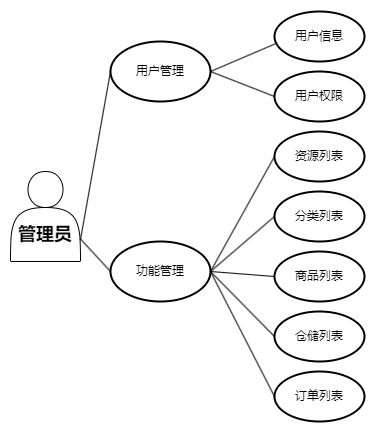
This is 1.drawio.png from xiyuliu509/microservice-shop, a draw.io export, as it was before one commit. Source tidied: cells renumbered, new cells last; positions are measured from the earlier drawing's top-left corner, leaving out a move shared by most shapes. Source of this version:
```xml
<mxGraphModel>
  <root>
    <mxCell id="0" />
    <mxCell id="1" parent="0" />
    <mxCell id="2" value="&lt;h2&gt;管理员&lt;/h2&gt;" style="shape=actor;whiteSpace=wrap;html=1;verticalAlign=bottom;fontStyle=1;fontFamily=Comic Sans MS;rounded=0;" parent="1" vertex="1">
      <mxGeometry y="160" width="70" height="90" as="geometry" />
    </mxCell>
    <mxCell id="3" style="endArrow=none;html=1;entryX=0;entryY=0.5;entryDx=0;entryDy=0;entryPerimeter=0;rounded=0;" parent="1" edge="1" target="4">
      <mxGeometry relative="1" as="geometry">
        <mxPoint x="70" y="228" as="sourcePoint" />
      </mxGeometry>
    </mxCell>
    <mxCell id="4" value="用户管理" style="strokeWidth=2;html=1;shape=mxgraph.flowchart.start_1;whiteSpace=wrap;rounded=0;" parent="1" vertex="1">
      <mxGeometry x="100" y="30" width="100" height="60" as="geometry" />
    </mxCell>
    <mxCell id="5" value="用户信息" style="strokeWidth=2;html=1;shape=mxgraph.flowchart.start_1;whiteSpace=wrap;rounded=0;" parent="1" vertex="1">
      <mxGeometry x="264" width="90" height="50" as="geometry" />
    </mxCell>
    <mxCell id="6" value="用户权限" style="strokeWidth=2;html=1;shape=mxgraph.flowchart.start_1;whiteSpace=wrap;rounded=0;" parent="1" vertex="1">
      <mxGeometry x="264" y="60" width="90" height="50" as="geometry" />
    </mxCell>
    <mxCell id="7" style="endArrow=none;html=1;entryX=0.006;entryY=0.649;entryDx=0;entryDy=0;entryPerimeter=0;exitX=1;exitY=0.5;exitDx=0;exitDy=0;exitPerimeter=0;rounded=0;" parent="1" edge="1" source="4" target="5">
      <mxGeometry relative="1" as="geometry" />
    </mxCell>
    <mxCell id="8" style="endArrow=none;html=1;entryX=0;entryY=0.5;entryDx=0;entryDy=0;entryPerimeter=0;exitX=1;exitY=0.5;exitDx=0;exitDy=0;exitPerimeter=0;rounded=0;" parent="1" edge="1" source="4" target="6">
      <mxGeometry relative="1" as="geometry" />
    </mxCell>
    <mxCell id="9" value="功能管理" style="strokeWidth=2;html=1;shape=mxgraph.flowchart.start_1;whiteSpace=wrap;rounded=0;" parent="1" vertex="1">
      <mxGeometry x="100" y="230" width="100" height="60" as="geometry" />
    </mxCell>
    <mxCell id="10" value="订单列表" style="strokeWidth=2;html=1;shape=mxgraph.flowchart.start_1;whiteSpace=wrap;rounded=0;" parent="1" vertex="1">
      <mxGeometry x="264" y="360" width="90" height="50" as="geometry" />
    </mxCell>
    <mxCell id="11" value="资源列表" style="strokeWidth=2;html=1;shape=mxgraph.flowchart.start_1;whiteSpace=wrap;rounded=0;" parent="1" vertex="1">
      <mxGeometry x="264" y="120" width="90" height="50" as="geometry" />
    </mxCell>
    <mxCell id="12" value="分类列表" style="strokeWidth=2;html=1;shape=mxgraph.flowchart.start_1;whiteSpace=wrap;rounded=0;" parent="1" vertex="1">
      <mxGeometry x="264" y="180" width="90" height="50" as="geometry" />
    </mxCell>
    <mxCell id="13" value="商品列表" style="strokeWidth=2;html=1;shape=mxgraph.flowchart.start_1;whiteSpace=wrap;rounded=0;" parent="1" vertex="1">
      <mxGeometry x="264" y="240" width="90" height="50" as="geometry" />
    </mxCell>
    <mxCell id="14" value="仓储列表" style="strokeWidth=2;html=1;shape=mxgraph.flowchart.start_1;whiteSpace=wrap;rounded=0;" parent="1" vertex="1">
      <mxGeometry x="264" y="300" width="90" height="50" as="geometry" />
    </mxCell>
    <mxCell id="15" style="endArrow=none;html=1;exitX=1;exitY=0.75;exitDx=0;exitDy=0;entryX=0;entryY=0.5;entryDx=0;entryDy=0;entryPerimeter=0;rounded=0;" parent="1" edge="1" source="2" target="9">
      <mxGeometry relative="1" as="geometry" />
    </mxCell>
    <mxCell id="16" style="endArrow=none;html=1;entryX=0;entryY=0.5;entryDx=0;entryDy=0;entryPerimeter=0;exitX=1;exitY=0.5;exitDx=0;exitDy=0;exitPerimeter=0;rounded=0;" parent="1" edge="1" source="9" target="14">
      <mxGeometry relative="1" as="geometry" />
    </mxCell>
    <mxCell id="17" style="endArrow=none;html=1;entryX=0;entryY=0.5;entryDx=0;entryDy=0;entryPerimeter=0;exitX=1;exitY=0.5;exitDx=0;exitDy=0;exitPerimeter=0;rounded=0;" parent="1" edge="1" source="9" target="13">
      <mxGeometry relative="1" as="geometry" />
    </mxCell>
    <mxCell id="18" style="endArrow=none;html=1;entryX=0;entryY=0.5;entryDx=0;entryDy=0;entryPerimeter=0;exitX=1;exitY=0.5;exitDx=0;exitDy=0;exitPerimeter=0;rounded=0;" parent="1" edge="1" source="9" target="12">
      <mxGeometry relative="1" as="geometry" />
    </mxCell>
    <mxCell id="19" style="endArrow=none;html=1;entryX=0;entryY=0.5;entryDx=0;entryDy=0;entryPerimeter=0;exitX=1;exitY=0.5;exitDx=0;exitDy=0;exitPerimeter=0;rounded=0;" parent="1" edge="1" source="9" target="11">
      <mxGeometry relative="1" as="geometry" />
    </mxCell>
    <mxCell id="20" style="endArrow=none;html=1;entryX=0;entryY=0.5;entryDx=0;entryDy=0;entryPerimeter=0;exitX=1;exitY=0.5;exitDx=0;exitDy=0;exitPerimeter=0;rounded=0;" parent="1" edge="1" source="9" target="10">
      <mxGeometry relative="1" as="geometry" />
    </mxCell>
  </root>
</mxGraphModel>
```
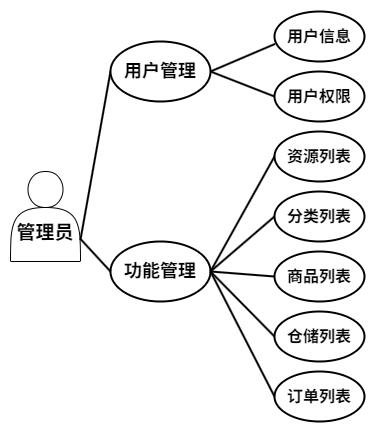
After the commit.

The edit, as a diff of the source:
```diff
@@ -2,63 +2,63 @@
   <root>
     <mxCell id="0" />
     <mxCell id="1" parent="0" />
-    <mxCell id="2" value="&lt;h2&gt;管理员&lt;/h2&gt;" style="shape=actor;whiteSpace=wrap;html=1;verticalAlign=bottom;fontStyle=1;fontFamily=Comic Sans MS;rounded=0;" parent="1" vertex="1">
+    <mxCell id="2" value="&lt;h2&gt;&lt;font style=&quot;font-size: 19px;&quot;&gt;管理员&lt;/font&gt;&lt;/h2&gt;" style="shape=actor;whiteSpace=wrap;html=1;verticalAlign=bottom;fontStyle=1;fontFamily=Comic Sans MS;rounded=0;" parent="1" vertex="1">
       <mxGeometry y="160" width="70" height="90" as="geometry" />
     </mxCell>
-    <mxCell id="3" style="endArrow=none;html=1;entryX=0;entryY=0.5;entryDx=0;entryDy=0;entryPerimeter=0;rounded=0;" parent="1" edge="1" target="4">
+    <mxCell id="3" style="endArrow=none;html=1;entryX=0;entryY=0.5;entryDx=0;entryDy=0;entryPerimeter=0;rounded=0;strokeWidth=2;" parent="1" edge="1" target="4">
       <mxGeometry relative="1" as="geometry">
         <mxPoint x="70" y="228" as="sourcePoint" />
       </mxGeometry>
     </mxCell>
-    <mxCell id="4" value="用户管理" style="strokeWidth=2;html=1;shape=mxgraph.flowchart.start_1;whiteSpace=wrap;rounded=0;" parent="1" vertex="1">
+    <mxCell id="4" value="&lt;font style=&quot;font-size: 18px;&quot;&gt;&lt;b&gt;用户管理&lt;/b&gt;&lt;/font&gt;" style="strokeWidth=2;html=1;shape=mxgraph.flowchart.start_1;whiteSpace=wrap;rounded=0;" parent="1" vertex="1">
       <mxGeometry x="100" y="30" width="100" height="60" as="geometry" />
     </mxCell>
-    <mxCell id="5" value="用户信息" style="strokeWidth=2;html=1;shape=mxgraph.flowchart.start_1;whiteSpace=wrap;rounded=0;" parent="1" vertex="1">
+    <mxCell id="5" value="&lt;font style=&quot;font-size: 16px;&quot;&gt;&lt;b&gt;用户信息&lt;/b&gt;&lt;/font&gt;" style="strokeWidth=2;html=1;shape=mxgraph.flowchart.start_1;whiteSpace=wrap;rounded=0;" parent="1" vertex="1">
       <mxGeometry x="264" width="90" height="50" as="geometry" />
     </mxCell>
-    <mxCell id="6" value="用户权限" style="strokeWidth=2;html=1;shape=mxgraph.flowchart.start_1;whiteSpace=wrap;rounded=0;" parent="1" vertex="1">
+    <mxCell id="6" value="&lt;font style=&quot;font-size: 16px;&quot;&gt;&lt;b&gt;用户权限&lt;/b&gt;&lt;/font&gt;" style="strokeWidth=2;html=1;shape=mxgraph.flowchart.start_1;whiteSpace=wrap;rounded=0;" parent="1" vertex="1">
       <mxGeometry x="264" y="60" width="90" height="50" as="geometry" />
     </mxCell>
-    <mxCell id="7" style="endArrow=none;html=1;entryX=0.006;entryY=0.649;entryDx=0;entryDy=0;entryPerimeter=0;exitX=1;exitY=0.5;exitDx=0;exitDy=0;exitPerimeter=0;rounded=0;" parent="1" edge="1" source="4" target="5">
+    <mxCell id="7" style="endArrow=none;html=1;entryX=0.006;entryY=0.649;entryDx=0;entryDy=0;entryPerimeter=0;exitX=1;exitY=0.5;exitDx=0;exitDy=0;exitPerimeter=0;rounded=0;strokeWidth=2;" parent="1" edge="1" source="4" target="5">
       <mxGeometry relative="1" as="geometry" />
     </mxCell>
-    <mxCell id="8" style="endArrow=none;html=1;entryX=0;entryY=0.5;entryDx=0;entryDy=0;entryPerimeter=0;exitX=1;exitY=0.5;exitDx=0;exitDy=0;exitPerimeter=0;rounded=0;" parent="1" edge="1" source="4" target="6">
+    <mxCell id="8" style="endArrow=none;html=1;entryX=0;entryY=0.5;entryDx=0;entryDy=0;entryPerimeter=0;exitX=1;exitY=0.5;exitDx=0;exitDy=0;exitPerimeter=0;rounded=0;strokeWidth=2;" parent="1" edge="1" source="4" target="6">
       <mxGeometry relative="1" as="geometry" />
     </mxCell>
-    <mxCell id="9" value="功能管理" style="strokeWidth=2;html=1;shape=mxgraph.flowchart.start_1;whiteSpace=wrap;rounded=0;" parent="1" vertex="1">
+    <mxCell id="9" value="&lt;font style=&quot;font-size: 18px;&quot;&gt;&lt;b&gt;功能管理&lt;/b&gt;&lt;/font&gt;" style="strokeWidth=2;html=1;shape=mxgraph.flowchart.start_1;whiteSpace=wrap;rounded=0;" parent="1" vertex="1">
       <mxGeometry x="100" y="230" width="100" height="60" as="geometry" />
     </mxCell>
-    <mxCell id="10" value="订单列表" style="strokeWidth=2;html=1;shape=mxgraph.flowchart.start_1;whiteSpace=wrap;rounded=0;" parent="1" vertex="1">
+    <mxCell id="10" value="&lt;font style=&quot;font-size: 16px;&quot;&gt;&lt;b&gt;订单列表&lt;/b&gt;&lt;/font&gt;" style="strokeWidth=2;html=1;shape=mxgraph.flowchart.start_1;whiteSpace=wrap;rounded=0;" parent="1" vertex="1">
       <mxGeometry x="264" y="360" width="90" height="50" as="geometry" />
     </mxCell>
-    <mxCell id="11" value="资源列表" style="strokeWidth=2;html=1;shape=mxgraph.flowchart.start_1;whiteSpace=wrap;rounded=0;" parent="1" vertex="1">
+    <mxCell id="11" value="&lt;font style=&quot;font-size: 16px;&quot;&gt;&lt;b&gt;资源列表&lt;/b&gt;&lt;/font&gt;" style="strokeWidth=2;html=1;shape=mxgraph.flowchart.start_1;whiteSpace=wrap;rounded=0;" parent="1" vertex="1">
       <mxGeometry x="264" y="120" width="90" height="50" as="geometry" />
     </mxCell>
-    <mxCell id="12" value="分类列表" style="strokeWidth=2;html=1;shape=mxgraph.flowchart.start_1;whiteSpace=wrap;rounded=0;" parent="1" vertex="1">
+    <mxCell id="12" value="&lt;font style=&quot;font-size: 16px;&quot;&gt;&lt;b&gt;分类列表&lt;/b&gt;&lt;/font&gt;" style="strokeWidth=2;html=1;shape=mxgraph.flowchart.start_1;whiteSpace=wrap;rounded=0;" parent="1" vertex="1">
       <mxGeometry x="264" y="180" width="90" height="50" as="geometry" />
     </mxCell>
-    <mxCell id="13" value="商品列表" style="strokeWidth=2;html=1;shape=mxgraph.flowchart.start_1;whiteSpace=wrap;rounded=0;" parent="1" vertex="1">
+    <mxCell id="13" value="&lt;font style=&quot;font-size: 16px;&quot;&gt;&lt;b&gt;商品列表&lt;/b&gt;&lt;/font&gt;" style="strokeWidth=2;html=1;shape=mxgraph.flowchart.start_1;whiteSpace=wrap;rounded=0;" parent="1" vertex="1">
       <mxGeometry x="264" y="240" width="90" height="50" as="geometry" />
     </mxCell>
-    <mxCell id="14" value="仓储列表" style="strokeWidth=2;html=1;shape=mxgraph.flowchart.start_1;whiteSpace=wrap;rounded=0;" parent="1" vertex="1">
+    <mxCell id="14" value="&lt;font style=&quot;font-size: 16px;&quot;&gt;&lt;b&gt;仓储列表&lt;/b&gt;&lt;/font&gt;" style="strokeWidth=2;html=1;shape=mxgraph.flowchart.start_1;whiteSpace=wrap;rounded=0;" parent="1" vertex="1">
       <mxGeometry x="264" y="300" width="90" height="50" as="geometry" />
     </mxCell>
-    <mxCell id="15" style="endArrow=none;html=1;exitX=1;exitY=0.75;exitDx=0;exitDy=0;entryX=0;entryY=0.5;entryDx=0;entryDy=0;entryPerimeter=0;rounded=0;" parent="1" edge="1" source="2" target="9">
+    <mxCell id="15" style="endArrow=none;html=1;exitX=1;exitY=0.75;exitDx=0;exitDy=0;entryX=0;entryY=0.5;entryDx=0;entryDy=0;entryPerimeter=0;rounded=0;strokeWidth=2;" parent="1" edge="1" source="2" target="9">
       <mxGeometry relative="1" as="geometry" />
     </mxCell>
-    <mxCell id="16" style="endArrow=none;html=1;entryX=0;entryY=0.5;entryDx=0;entryDy=0;entryPerimeter=0;exitX=1;exitY=0.5;exitDx=0;exitDy=0;exitPerimeter=0;rounded=0;" parent="1" edge="1" source="9" target="14">
+    <mxCell id="16" style="endArrow=none;html=1;entryX=0;entryY=0.5;entryDx=0;entryDy=0;entryPerimeter=0;exitX=1;exitY=0.5;exitDx=0;exitDy=0;exitPerimeter=0;rounded=0;strokeWidth=2;" parent="1" edge="1" source="9" target="14">
       <mxGeometry relative="1" as="geometry" />
     </mxCell>
-    <mxCell id="17" style="endArrow=none;html=1;entryX=0;entryY=0.5;entryDx=0;entryDy=0;entryPerimeter=0;exitX=1;exitY=0.5;exitDx=0;exitDy=0;exitPerimeter=0;rounded=0;" parent="1" edge="1" source="9" target="13">
+    <mxCell id="17" style="endArrow=none;html=1;entryX=0;entryY=0.5;entryDx=0;entryDy=0;entryPerimeter=0;exitX=1;exitY=0.5;exitDx=0;exitDy=0;exitPerimeter=0;rounded=0;strokeWidth=2;" parent="1" edge="1" source="9" target="13">
       <mxGeometry relative="1" as="geometry" />
     </mxCell>
-    <mxCell id="18" style="endArrow=none;html=1;entryX=0;entryY=0.5;entryDx=0;entryDy=0;entryPerimeter=0;exitX=1;exitY=0.5;exitDx=0;exitDy=0;exitPerimeter=0;rounded=0;" parent="1" edge="1" source="9" target="12">
+    <mxCell id="18" style="endArrow=none;html=1;entryX=0;entryY=0.5;entryDx=0;entryDy=0;entryPerimeter=0;exitX=1;exitY=0.5;exitDx=0;exitDy=0;exitPerimeter=0;rounded=0;strokeWidth=2;" parent="1" edge="1" source="9" target="12">
       <mxGeometry relative="1" as="geometry" />
     </mxCell>
-    <mxCell id="19" style="endArrow=none;html=1;entryX=0;entryY=0.5;entryDx=0;entryDy=0;entryPerimeter=0;exitX=1;exitY=0.5;exitDx=0;exitDy=0;exitPerimeter=0;rounded=0;" parent="1" edge="1" source="9" target="11">
+    <mxCell id="19" style="endArrow=none;html=1;entryX=0;entryY=0.5;entryDx=0;entryDy=0;entryPerimeter=0;exitX=1;exitY=0.5;exitDx=0;exitDy=0;exitPerimeter=0;rounded=0;strokeWidth=2;" parent="1" edge="1" source="9" target="11">
       <mxGeometry relative="1" as="geometry" />
     </mxCell>
-    <mxCell id="20" style="endArrow=none;html=1;entryX=0;entryY=0.5;entryDx=0;entryDy=0;entryPerimeter=0;exitX=1;exitY=0.5;exitDx=0;exitDy=0;exitPerimeter=0;rounded=0;" parent="1" edge="1" source="9" target="10">
+    <mxCell id="20" style="endArrow=none;html=1;entryX=0;entryY=0.5;entryDx=0;entryDy=0;entryPerimeter=0;exitX=1;exitY=0.5;exitDx=0;exitDy=0;exitPerimeter=0;rounded=0;strokeWidth=2;" parent="1" edge="1" source="9" target="10">
       <mxGeometry relative="1" as="geometry" />
     </mxCell>
   </root>
```
